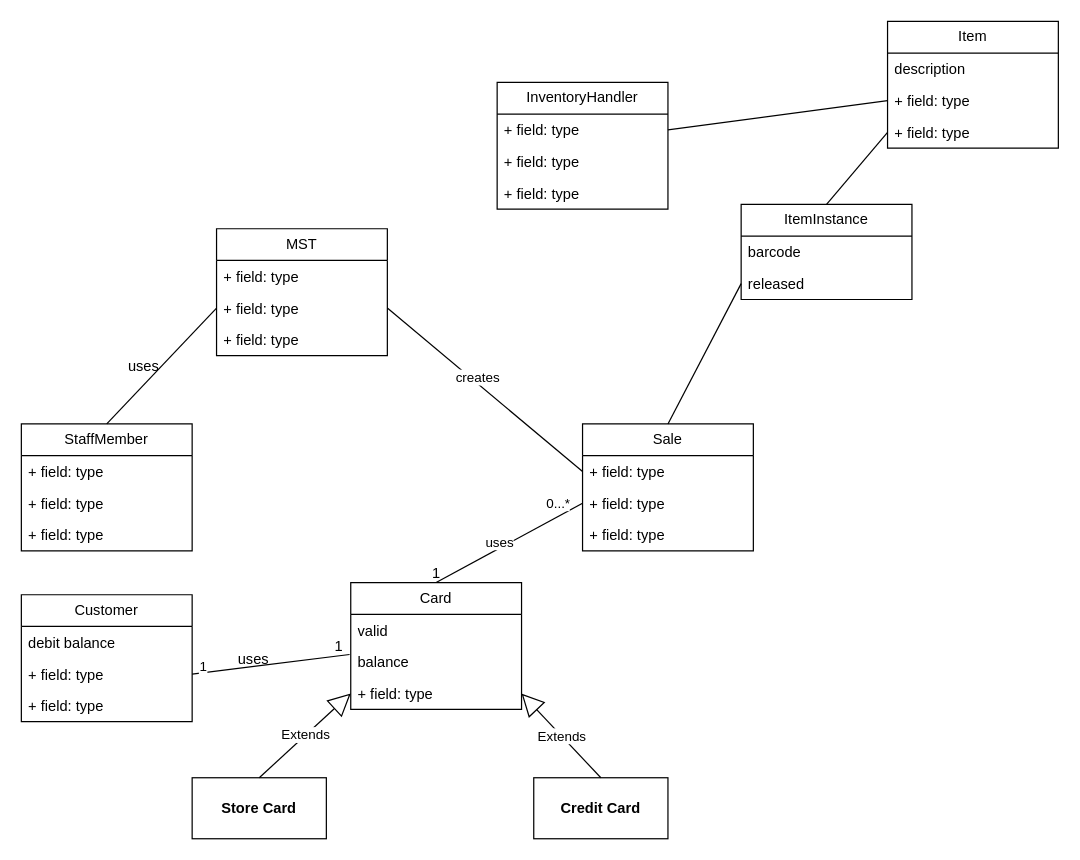
Earlier version of the draw.io diagram workshop5-week6.drawio (antonykimuom/SWEN30006-2025-SM1-workshop1-tuew05-14-00-team-12). Source tidied: cells renumbered, new cells numbered last; positions are measured from the earlier drawing's top-left corner, leaving out a move shared by most shapes. Both pictures are drawn from the tidied source at 122%, with x=0, y=0 at pixel (21, 21).
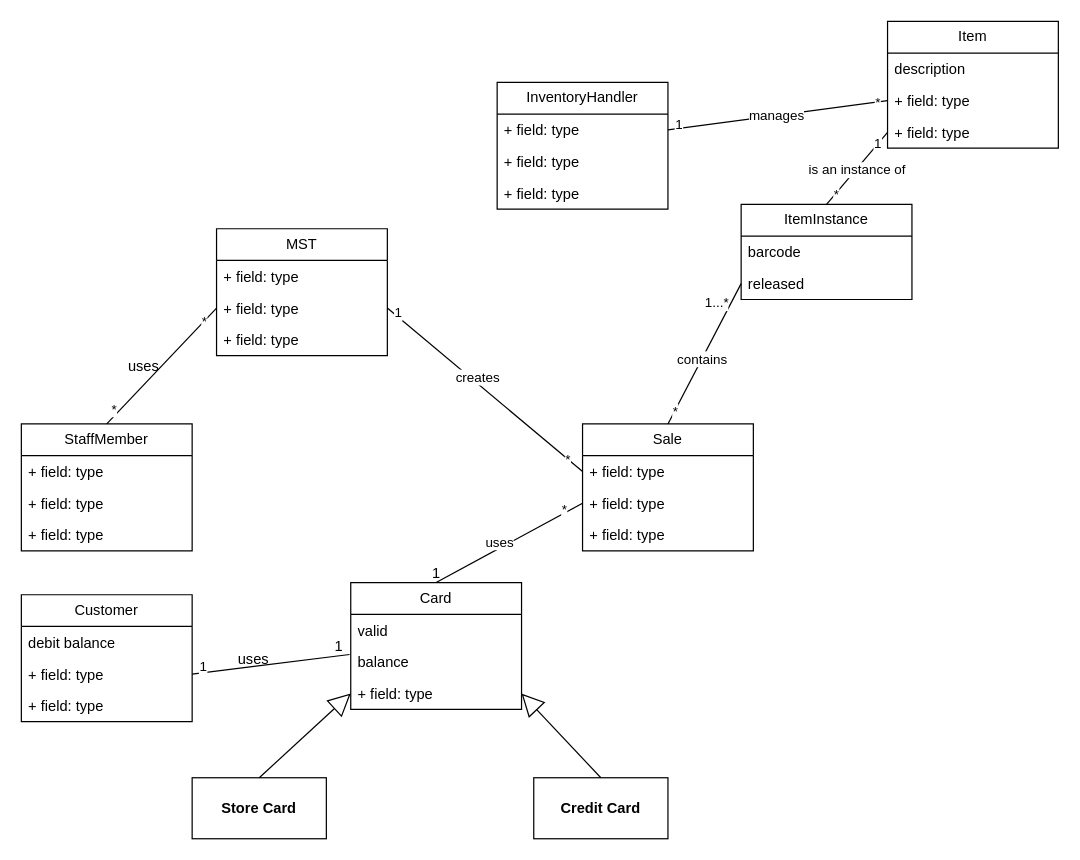
The same diagram, later.

Commit message:
multiplicites and labels

Unchanged cells that the change refers to:
```xml
<mxCell id="16" value="+ field: type" style="text;strokeColor=none;fillColor=none;align=left;verticalAlign=top;spacingLeft=4;spacingRight=4;overflow=hidden;points=[[0,0.5],[1,0.5]];portConstraint=eastwest;whiteSpace=wrap;html=1;" parent="13" vertex="1">
  <mxGeometry y="78" width="140" height="26" as="geometry" />
</mxCell>
<mxCell id="17" value="&lt;b&gt;Store Card&lt;/b&gt;" style="html=1;whiteSpace=wrap;" parent="1" vertex="1">
  <mxGeometry x="140" y="620" width="110" height="50" as="geometry" />
</mxCell>
<mxCell id="18" value="&lt;b&gt;Credit Card&lt;/b&gt;" style="html=1;whiteSpace=wrap;" parent="1" vertex="1">
  <mxGeometry x="420" y="620" width="110" height="50" as="geometry" />
</mxCell>
<mxCell id="27" style="endArrow=none;html=1;rounded=0;exitX=0.5;exitY=0;exitDx=0;exitDy=0;entryX=0;entryY=0.5;entryDx=0;entryDy=0;" parent="1" edge="1" source="13" target="11">
  <mxGeometry relative="1" as="geometry" />
</mxCell>
<mxCell id="34" style="endArrow=none;html=1;rounded=0;exitX=0.5;exitY=0;exitDx=0;exitDy=0;entryX=0;entryY=0.5;entryDx=0;entryDy=0;" parent="1" edge="1" source="5" target="25">
  <mxGeometry relative="1" as="geometry" />
</mxCell>
<mxCell id="35" style="endArrow=none;html=1;rounded=0;entryX=0;entryY=0.5;entryDx=0;entryDy=0;exitX=1;exitY=0.5;exitDx=0;exitDy=0;" parent="1" edge="1" source="25" target="10">
  <mxGeometry relative="1" as="geometry" />
</mxCell>
<mxCell id="37" style="endArrow=none;html=1;rounded=0;entryX=0;entryY=0.5;entryDx=0;entryDy=0;exitX=0.5;exitY=0;exitDx=0;exitDy=0;" parent="1" edge="1" source="9" target="4">
  <mxGeometry relative="1" as="geometry" />
</mxCell>
<mxCell id="42" style="endArrow=none;html=1;rounded=0;entryX=1;entryY=0.5;entryDx=0;entryDy=0;exitX=0;exitY=0.5;exitDx=0;exitDy=0;" parent="1" edge="1" source="45" target="39">
  <mxGeometry relative="1" as="geometry" />
</mxCell>
<mxCell id="47" style="endArrow=none;html=1;rounded=0;exitX=0.5;exitY=0;exitDx=0;exitDy=0;entryX=0;entryY=0.5;entryDx=0;entryDy=0;" parent="1" edge="1" source="2" target="46">
  <mxGeometry relative="1" as="geometry" />
</mxCell>
```

Diff of the diagram source:
```diff
@@
-    <mxCell id="28" value="0...*" style="edgeLabel;html=1;align=center;verticalAlign=middle;" parent="27" vertex="1">
-      <mxGeometry x="0.91" y="7" relative="1" as="geometry">
-        <mxPoint x="-11" y="3" as="offset" />
-      </mxGeometry>
-    </mxCell>
@@
+    <mxCell id="52" value="*" style="edgeLabel;html=1;align=center;verticalAlign=middle;" parent="27" vertex="1">
+      <mxGeometry x="0.77" y="3" relative="1" as="geometry" />
+    </mxCell>
@@
-    <mxCell id="32" value="Extends" style="endArrow=block;endSize=16;endFill=0;html=1;rounded=0;exitX=0.5;exitY=0;exitDx=0;exitDy=0;entryX=0;entryY=0.5;entryDx=0;entryDy=0;" parent="1" edge="1" source="17" target="16">
+    <mxCell id="32" style="endArrow=block;endSize=16;endFill=0;html=1;rounded=0;exitX=0.5;exitY=0;exitDx=0;exitDy=0;entryX=0;entryY=0.5;entryDx=0;entryDy=0;" parent="1" edge="1" source="17" target="16">
       <mxGeometry relative="1" as="geometry" />
     </mxCell>
-    <mxCell id="33" value="Extends" style="endArrow=block;endSize=16;endFill=0;html=1;rounded=0;exitX=0.5;exitY=0;exitDx=0;exitDy=0;entryX=1;entryY=0.5;entryDx=0;entryDy=0;" parent="1" edge="1" source="18" target="16">
+    <mxCell id="33" style="endArrow=block;endSize=16;endFill=0;html=1;rounded=0;exitX=0.5;exitY=0;exitDx=0;exitDy=0;entryX=1;entryY=0.5;entryDx=0;entryDy=0;" parent="1" edge="1" source="18" target="16">
       <mxGeometry relative="1" as="geometry" />
     </mxCell>
@@
+    <mxCell id="53" value="*" style="edgeLabel;html=1;align=center;verticalAlign=middle;" parent="34" vertex="1">
+      <mxGeometry x="-0.8" y="5" relative="1" as="geometry" />
+    </mxCell>
+    <mxCell id="54" value="*" style="edgeLabel;html=1;align=center;verticalAlign=middle;" parent="34" vertex="1">
+      <mxGeometry x="0.77" y="1" relative="1" as="geometry" />
+    </mxCell>
@@
+    <mxCell id="55" value="1" style="edgeLabel;html=1;align=center;verticalAlign=middle;" parent="35" vertex="1">
+      <mxGeometry x="-0.91" y="3" relative="1" as="geometry" />
+    </mxCell>
+    <mxCell id="56" value="*" style="edgeLabel;html=1;align=center;verticalAlign=middle;" parent="35" vertex="1">
+      <mxGeometry x="0.85" relative="1" as="geometry" />
+    </mxCell>
@@
+    <mxCell id="57" value="contains" style="edgeLabel;html=1;align=center;verticalAlign=middle;" parent="37" vertex="1">
+      <mxGeometry x="-0.07" relative="1" as="geometry" />
+    </mxCell>
+    <mxCell id="58" value="*" style="edgeLabel;html=1;align=center;verticalAlign=middle;" parent="37" vertex="1">
+      <mxGeometry x="-0.82" relative="1" as="geometry" />
+    </mxCell>
+    <mxCell id="59" value="1...*" style="edgeLabel;html=1;align=center;verticalAlign=middle;" parent="37" vertex="1">
+      <mxGeometry x="0.81" y="1" relative="1" as="geometry">
+        <mxPoint x="-14" y="5" as="offset" />
+      </mxGeometry>
+    </mxCell>
@@
+    <mxCell id="60" value="manages" style="edgeLabel;html=1;align=center;verticalAlign=middle;" parent="42" vertex="1">
+      <mxGeometry x="0.01" y="-1" relative="1" as="geometry" />
+    </mxCell>
+    <mxCell id="61" value="*" style="edgeLabel;html=1;align=center;verticalAlign=middle;" parent="42" vertex="1">
+      <mxGeometry x="-0.9" relative="1" as="geometry" />
+    </mxCell>
+    <mxCell id="62" value="1" style="edgeLabel;html=1;align=center;verticalAlign=middle;" parent="42" vertex="1">
+      <mxGeometry x="0.9" y="-3" relative="1" as="geometry" />
+    </mxCell>
@@
+    <mxCell id="63" value="is an instance of" style="edgeLabel;html=1;align=center;verticalAlign=middle;" parent="47" vertex="1">
+      <mxGeometry x="-0.02" relative="1" as="geometry" />
+    </mxCell>
+    <mxCell id="64" value="*" style="edgeLabel;html=1;align=center;verticalAlign=middle;" parent="47" vertex="1">
+      <mxGeometry x="-0.72" relative="1" as="geometry" />
+    </mxCell>
+    <mxCell id="65" value="1" style="edgeLabel;html=1;align=center;verticalAlign=middle;" parent="47" vertex="1">
+      <mxGeometry x="0.67" y="1" relative="1" as="geometry" />
+    </mxCell>
```
